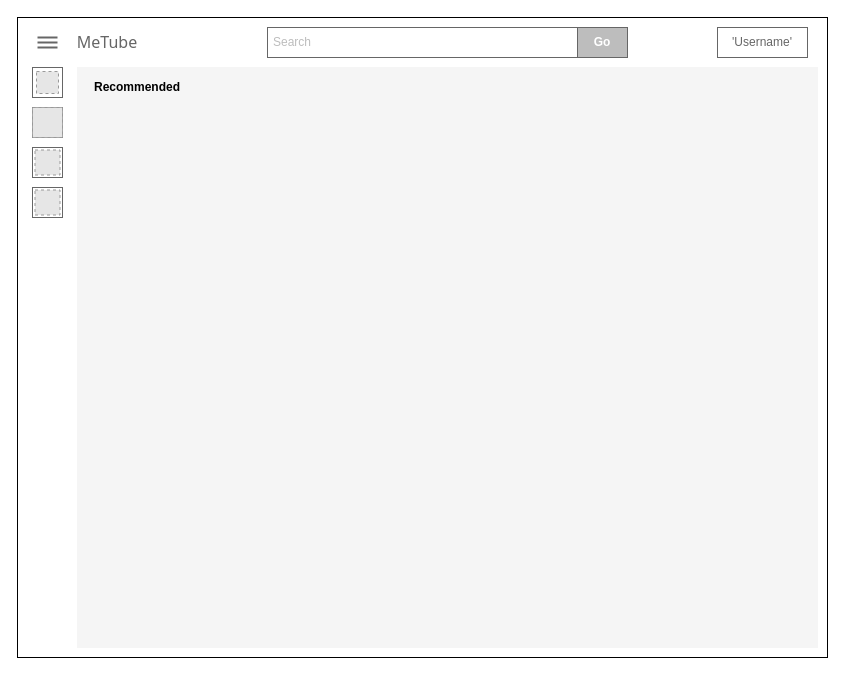
Earlier version of the draw.io diagram Design/Overviews/Homepage_1.drawio (Jacob-Mellichamp/MeTube). Source tidied: cells renumbered, new cells numbered last; positions are measured from the earlier drawing's top-left corner, leaving out a move shared by most shapes. Both pictures are drawn from the tidied source at 100%, with x=0, y=0 at pixel (17, 17). Pictures stored in the file or linked from it are replaced by grey dashed boxes.
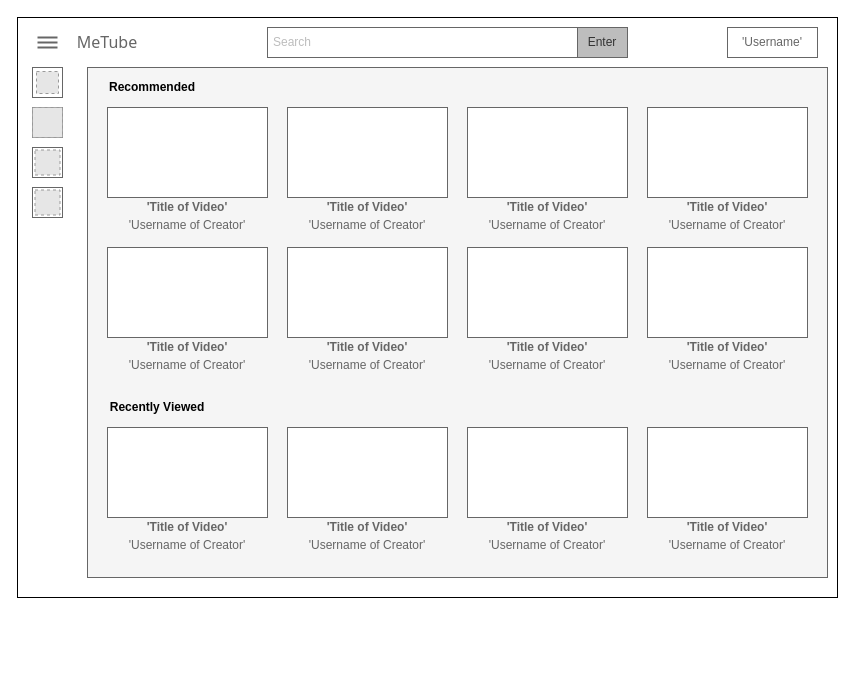
The same diagram, later.

Diff of the diagram source:
```diff
@@
     <mxCell id="2" style="rounded=0;whiteSpace=wrap;html=1;" parent="1" vertex="1">
-      <mxGeometry width="810" height="640" as="geometry" />
+      <mxGeometry width="820" height="580" as="geometry" />
     </mxCell>
+    <mxCell id="23" style="rounded=0;whiteSpace=wrap;html=1;strokeColor=#666666;strokeWidth=1;fillColor=#F5F5F5;fontColor=#666666;" parent="1" vertex="1">
+      <mxGeometry x="70" y="50" width="740" height="510" as="geometry" />
+    </mxCell>
@@
-    <mxCell id="6" value="&lt;font color=&quot;#ffffff&quot;&gt;&lt;b&gt;Go&lt;/b&gt;&lt;/font&gt;" style="text;html=1;strokeColor=none;fillColor=none;align=center;verticalAlign=middle;whiteSpace=wrap;rounded=0;" parent="1" vertex="1">
+    <mxCell id="6" value="&lt;font color=&quot;#333333&quot;&gt;Enter&lt;/font&gt;" style="text;html=1;strokeColor=none;fillColor=none;align=center;verticalAlign=middle;whiteSpace=wrap;rounded=0;" parent="1" vertex="1">
       <mxGeometry x="565" y="15" width="40" height="20" as="geometry" />
     </mxCell>
     <mxCell id="7" style="rounded=0;whiteSpace=wrap;html=1;strokeColor=#666666;fillColor=#FFFFFF;" parent="1" vertex="1">
-      <mxGeometry x="700" y="10" width="90" height="30" as="geometry" />
+      <mxGeometry x="710" y="10" width="90" height="30" as="geometry" />
     </mxCell>
     <mxCell id="8" value="&lt;font color=&quot;#666666&quot;&gt;'Username'&lt;/font&gt;" style="text;html=1;strokeColor=none;fillColor=none;align=center;verticalAlign=middle;whiteSpace=wrap;rounded=0;" parent="1" vertex="1">
-      <mxGeometry x="700" y="15" width="90" height="20" as="geometry" />
+      <mxGeometry x="710" y="15" width="90" height="20" as="geometry" />
     </mxCell>
@@
-    <mxCell id="13" style="rounded=0;whiteSpace=wrap;html=1;strokeColor=#F5F5F5;strokeWidth=1;fillColor=#F5F5F5;" parent="1" vertex="1">
-      <mxGeometry x="60" y="50" width="740" height="580" as="geometry" />
-    </mxCell>
@@
     <mxCell id="22" value="&lt;b&gt;Recommended&lt;/b&gt;" style="text;html=1;strokeColor=none;fillColor=none;align=center;verticalAlign=middle;whiteSpace=wrap;rounded=0;" parent="1" vertex="1">
-      <mxGeometry x="70" y="60" width="100" height="20" as="geometry" />
+      <mxGeometry x="90" y="60" width="90" height="20" as="geometry" />
     </mxCell>
+    <mxCell id="24" style="rounded=0;whiteSpace=wrap;html=1;strokeColor=#666666;strokeWidth=1;fillColor=#FFFFFF;fontColor=#666666;" parent="1" vertex="1">
+      <mxGeometry x="90" y="90" width="160" height="90" as="geometry" />
+    </mxCell>
+    <mxCell id="25" style="rounded=0;whiteSpace=wrap;html=1;strokeColor=#666666;strokeWidth=1;fillColor=#FFFFFF;fontColor=#666666;" parent="1" vertex="1">
+      <mxGeometry x="90" y="410" width="160" height="90" as="geometry" />
+    </mxCell>
+    <mxCell id="26" style="rounded=0;whiteSpace=wrap;html=1;strokeColor=#666666;strokeWidth=1;fillColor=#FFFFFF;fontColor=#666666;" parent="1" vertex="1">
+      <mxGeometry x="630" y="230" width="160" height="90" as="geometry" />
+    </mxCell>
+    <mxCell id="27" style="rounded=0;whiteSpace=wrap;html=1;strokeColor=#666666;strokeWidth=1;fillColor=#FFFFFF;fontColor=#666666;" parent="1" vertex="1">
+      <mxGeometry x="450" y="230" width="160" height="90" as="geometry" />
+    </mxCell>
+    <mxCell id="28" style="rounded=0;whiteSpace=wrap;html=1;strokeColor=#666666;strokeWidth=1;fillColor=#FFFFFF;fontColor=#666666;" parent="1" vertex="1">
+      <mxGeometry x="270" y="230" width="160" height="90" as="geometry" />
+    </mxCell>
+    <mxCell id="29" style="rounded=0;whiteSpace=wrap;html=1;strokeColor=#666666;strokeWidth=1;fillColor=#FFFFFF;fontColor=#666666;" parent="1" vertex="1">
+      <mxGeometry x="90" y="230" width="160" height="90" as="geometry" />
+    </mxCell>
+    <mxCell id="30" style="rounded=0;whiteSpace=wrap;html=1;strokeColor=#666666;strokeWidth=1;fillColor=#FFFFFF;fontColor=#666666;" parent="1" vertex="1">
+      <mxGeometry x="270" y="90" width="160" height="90" as="geometry" />
+    </mxCell>
+    <mxCell id="31" style="rounded=0;whiteSpace=wrap;html=1;strokeColor=#666666;strokeWidth=1;fillColor=#FFFFFF;fontColor=#666666;" parent="1" vertex="1">
+      <mxGeometry x="630" y="90" width="160" height="90" as="geometry" />
+    </mxCell>
+    <mxCell id="32" style="rounded=0;whiteSpace=wrap;html=1;strokeColor=#666666;strokeWidth=1;fillColor=#FFFFFF;fontColor=#666666;" parent="1" vertex="1">
+      <mxGeometry x="450" y="90" width="160" height="90" as="geometry" />
+    </mxCell>
+    <mxCell id="33" value="&lt;b&gt;Recently Viewed&lt;/b&gt;" style="text;html=1;strokeColor=none;fillColor=none;align=center;verticalAlign=middle;whiteSpace=wrap;rounded=0;" parent="1" vertex="1">
+      <mxGeometry x="90" y="380" width="100" height="20" as="geometry" />
+    </mxCell>
+    <mxCell id="34" style="group;" parent="1" vertex="1">
+      <mxGeometry x="290" y="180" width="120" height="37.5" as="geometry" />
+    </mxCell>
+    <mxCell id="35" value="'Title of Video'" style="text;html=1;strokeColor=none;fillColor=none;align=center;verticalAlign=middle;whiteSpace=wrap;rounded=0;fontColor=#666666;fontStyle=1;" parent="34" vertex="1">
+      <mxGeometry x="15" width="90" height="20" as="geometry" />
+    </mxCell>
+    <mxCell id="36" value="'Username of Creator'" style="text;html=1;strokeColor=none;fillColor=none;align=center;verticalAlign=middle;whiteSpace=wrap;rounded=0;fontColor=#666666;" parent="34" vertex="1">
+      <mxGeometry y="17.5" width="120" height="20" as="geometry" />
+    </mxCell>
+    <mxCell id="37" style="group;" parent="1" vertex="1">
+      <mxGeometry x="470" y="180" width="120" height="37.5" as="geometry" />
+    </mxCell>
+    <mxCell id="38" value="'Title of Video'" style="text;html=1;strokeColor=none;fillColor=none;align=center;verticalAlign=middle;whiteSpace=wrap;rounded=0;fontColor=#666666;fontStyle=1;" parent="37" vertex="1">
+      <mxGeometry x="15" width="90" height="20" as="geometry" />
+    </mxCell>
+    <mxCell id="39" value="'Username of Creator'" style="text;html=1;strokeColor=none;fillColor=none;align=center;verticalAlign=middle;whiteSpace=wrap;rounded=0;fontColor=#666666;" parent="37" vertex="1">
+      <mxGeometry y="17.5" width="120" height="20" as="geometry" />
+    </mxCell>
+    <mxCell id="40" style="group;" parent="1" vertex="1">
+      <mxGeometry x="650" y="180" width="120" height="37.5" as="geometry" />
+    </mxCell>
+    <mxCell id="41" value="'Title of Video'" style="text;html=1;strokeColor=none;fillColor=none;align=center;verticalAlign=middle;whiteSpace=wrap;rounded=0;fontColor=#666666;fontStyle=1;" parent="40" vertex="1">
+      <mxGeometry x="15" width="90" height="20" as="geometry" />
+    </mxCell>
+    <mxCell id="42" value="'Username of Creator'" style="text;html=1;strokeColor=none;fillColor=none;align=center;verticalAlign=middle;whiteSpace=wrap;rounded=0;fontColor=#666666;" parent="40" vertex="1">
+      <mxGeometry y="17.5" width="120" height="20" as="geometry" />
+    </mxCell>
+    <mxCell id="43" style="group;" parent="1" vertex="1">
+      <mxGeometry x="110" y="320" width="120" height="37.5" as="geometry" />
+    </mxCell>
+    <mxCell id="44" value="'Title of Video'" style="text;html=1;strokeColor=none;fillColor=none;align=center;verticalAlign=middle;whiteSpace=wrap;rounded=0;fontColor=#666666;fontStyle=1;" parent="43" vertex="1">
+      <mxGeometry x="15" width="90" height="20" as="geometry" />
+    </mxCell>
+    <mxCell id="45" value="'Username of Creator'" style="text;html=1;strokeColor=none;fillColor=none;align=center;verticalAlign=middle;whiteSpace=wrap;rounded=0;fontColor=#666666;" parent="43" vertex="1">
+      <mxGeometry y="17.5" width="120" height="20" as="geometry" />
+    </mxCell>
+    <mxCell id="46" style="group;" parent="1" vertex="1">
+      <mxGeometry x="290" y="320" width="120" height="37.5" as="geometry" />
+    </mxCell>
+    <mxCell id="47" value="'Title of Video'" style="text;html=1;strokeColor=none;fillColor=none;align=center;verticalAlign=middle;whiteSpace=wrap;rounded=0;fontColor=#666666;fontStyle=1;" parent="46" vertex="1">
+      <mxGeometry x="15" width="90" height="20" as="geometry" />
+    </mxCell>
+    <mxCell id="48" value="'Username of Creator'" style="text;html=1;strokeColor=none;fillColor=none;align=center;verticalAlign=middle;whiteSpace=wrap;rounded=0;fontColor=#666666;" parent="46" vertex="1">
+      <mxGeometry y="17.5" width="120" height="20" as="geometry" />
+    </mxCell>
+    <mxCell id="49" style="group;" parent="1" vertex="1">
+      <mxGeometry x="650" y="320" width="120" height="37.5" as="geometry" />
+    </mxCell>
+    <mxCell id="50" value="'Title of Video'" style="text;html=1;strokeColor=none;fillColor=none;align=center;verticalAlign=middle;whiteSpace=wrap;rounded=0;fontColor=#666666;fontStyle=1;" parent="49" vertex="1">
+      <mxGeometry x="15" width="90" height="20" as="geometry" />
+    </mxCell>
+    <mxCell id="51" value="'Username of Creator'" style="text;html=1;strokeColor=none;fillColor=none;align=center;verticalAlign=middle;whiteSpace=wrap;rounded=0;fontColor=#666666;" parent="49" vertex="1">
+      <mxGeometry y="17.5" width="120" height="20" as="geometry" />
+    </mxCell>
+    <mxCell id="52" style="group;" parent="1" vertex="1">
+      <mxGeometry x="470" y="320" width="120" height="37.5" as="geometry" />
+    </mxCell>
+    <mxCell id="53" value="'Title of Video'" style="text;html=1;strokeColor=none;fillColor=none;align=center;verticalAlign=middle;whiteSpace=wrap;rounded=0;fontColor=#666666;fontStyle=1;" parent="52" vertex="1">
+      <mxGeometry x="15" width="90" height="20" as="geometry" />
+    </mxCell>
+    <mxCell id="54" value="'Username of Creator'" style="text;html=1;strokeColor=none;fillColor=none;align=center;verticalAlign=middle;whiteSpace=wrap;rounded=0;fontColor=#666666;" parent="52" vertex="1">
+      <mxGeometry y="17.5" width="120" height="20" as="geometry" />
+    </mxCell>
+    <mxCell id="55" style="rounded=0;whiteSpace=wrap;html=1;strokeColor=#666666;strokeWidth=1;fillColor=#FFFFFF;fontColor=#666666;" parent="1" vertex="1">
+      <mxGeometry x="630" y="410" width="160" height="90" as="geometry" />
+    </mxCell>
+    <mxCell id="56" style="rounded=0;whiteSpace=wrap;html=1;strokeColor=#666666;strokeWidth=1;fillColor=#FFFFFF;fontColor=#666666;" parent="1" vertex="1">
+      <mxGeometry x="450" y="410" width="160" height="90" as="geometry" />
+    </mxCell>
+    <mxCell id="57" style="rounded=0;whiteSpace=wrap;html=1;strokeColor=#666666;strokeWidth=1;fillColor=#FFFFFF;fontColor=#666666;" parent="1" vertex="1">
+      <mxGeometry x="270" y="410" width="160" height="90" as="geometry" />
+    </mxCell>
+    <mxCell id="58" style="group;" parent="1" vertex="1">
+      <mxGeometry x="110" y="180" width="120" height="37.5" as="geometry" />
+    </mxCell>
+    <mxCell id="59" style="group;" parent="58" vertex="1">
+      <mxGeometry width="120" height="37.5" as="geometry" />
+    </mxCell>
+    <mxCell id="60" value="'Title of Video'" style="text;html=1;strokeColor=none;fillColor=none;align=center;verticalAlign=middle;whiteSpace=wrap;rounded=0;fontColor=#666666;fontStyle=1;" parent="59" vertex="1">
+      <mxGeometry x="15" width="90" height="20" as="geometry" />
+    </mxCell>
+    <mxCell id="61" value="'Username of Creator'" style="text;html=1;strokeColor=none;fillColor=none;align=center;verticalAlign=middle;whiteSpace=wrap;rounded=0;fontColor=#666666;" parent="59" vertex="1">
+      <mxGeometry y="17.5" width="120" height="20" as="geometry" />
+    </mxCell>
+    <mxCell id="62" style="group;" parent="1" vertex="1">
+      <mxGeometry x="110" y="500" width="120" height="37.5" as="geometry" />
+    </mxCell>
+    <mxCell id="63" style="group;" parent="62" vertex="1">
+      <mxGeometry width="120" height="37.5" as="geometry" />
+    </mxCell>
+    <mxCell id="64" value="'Title of Video'" style="text;html=1;strokeColor=none;fillColor=none;align=center;verticalAlign=middle;whiteSpace=wrap;rounded=0;fontColor=#666666;fontStyle=1;" parent="63" vertex="1">
+      <mxGeometry x="15" width="90" height="20" as="geometry" />
+    </mxCell>
+    <mxCell id="65" value="'Username of Creator'" style="text;html=1;strokeColor=none;fillColor=none;align=center;verticalAlign=middle;whiteSpace=wrap;rounded=0;fontColor=#666666;" parent="63" vertex="1">
+      <mxGeometry y="17.5" width="120" height="20" as="geometry" />
+    </mxCell>
+    <mxCell id="66" style="group;" parent="1" vertex="1">
+      <mxGeometry x="290" y="500" width="120" height="37.5" as="geometry" />
+    </mxCell>
+    <mxCell id="67" style="group;" parent="66" vertex="1">
+      <mxGeometry width="120" height="37.5" as="geometry" />
+    </mxCell>
+    <mxCell id="68" value="'Title of Video'" style="text;html=1;strokeColor=none;fillColor=none;align=center;verticalAlign=middle;whiteSpace=wrap;rounded=0;fontColor=#666666;fontStyle=1;" parent="67" vertex="1">
+      <mxGeometry x="15" width="90" height="20" as="geometry" />
+    </mxCell>
+    <mxCell id="69" value="'Username of Creator'" style="text;html=1;strokeColor=none;fillColor=none;align=center;verticalAlign=middle;whiteSpace=wrap;rounded=0;fontColor=#666666;" parent="67" vertex="1">
+      <mxGeometry y="17.5" width="120" height="20" as="geometry" />
+    </mxCell>
+    <mxCell id="70" style="group;" parent="1" vertex="1">
+      <mxGeometry x="470" y="500" width="120" height="37.5" as="geometry" />
+    </mxCell>
+    <mxCell id="71" style="group;" parent="70" vertex="1">
+      <mxGeometry width="120" height="37.5" as="geometry" />
+    </mxCell>
+    <mxCell id="72" value="'Title of Video'" style="text;html=1;strokeColor=none;fillColor=none;align=center;verticalAlign=middle;whiteSpace=wrap;rounded=0;fontColor=#666666;fontStyle=1;" parent="71" vertex="1">
+      <mxGeometry x="15" width="90" height="20" as="geometry" />
+    </mxCell>
+    <mxCell id="73" value="'Username of Creator'" style="text;html=1;strokeColor=none;fillColor=none;align=center;verticalAlign=middle;whiteSpace=wrap;rounded=0;fontColor=#666666;" parent="71" vertex="1">
+      <mxGeometry y="17.5" width="120" height="20" as="geometry" />
+    </mxCell>
+    <mxCell id="74" style="group;" parent="1" vertex="1">
+      <mxGeometry x="650" y="500" width="120" height="37.5" as="geometry" />
+    </mxCell>
+    <mxCell id="75" style="group;" parent="74" vertex="1">
+      <mxGeometry width="120" height="37.5" as="geometry" />
+    </mxCell>
+    <mxCell id="76" value="'Title of Video'" style="text;html=1;strokeColor=none;fillColor=none;align=center;verticalAlign=middle;whiteSpace=wrap;rounded=0;fontColor=#666666;fontStyle=1;" parent="75" vertex="1">
+      <mxGeometry x="15" width="90" height="20" as="geometry" />
+    </mxCell>
+    <mxCell id="77" value="'Username of Creator'" style="text;html=1;strokeColor=none;fillColor=none;align=center;verticalAlign=middle;whiteSpace=wrap;rounded=0;fontColor=#666666;" parent="75" vertex="1">
+      <mxGeometry y="17.5" width="120" height="20" as="geometry" />
+    </mxCell>
```
